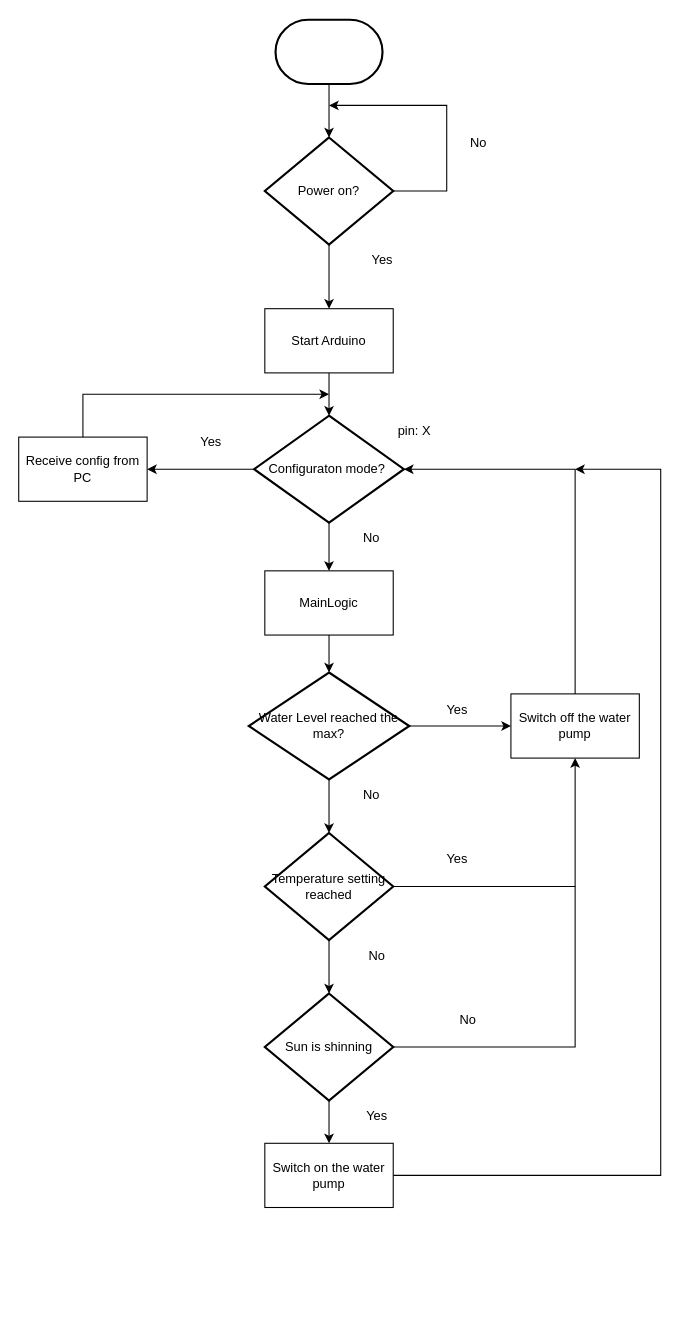
Before: LogicFlow.drawio in csipapicsa/Water-Pool-Heater, a draw.io diagram. Source tidied: cells renumbered, new cells numbered last; positions are measured from the earlier drawing's top-left corner, leaving out a move shared by most shapes. Both pictures are drawn from the tidied source at 107%, with x=0, y=0 at pixel (18, 19).
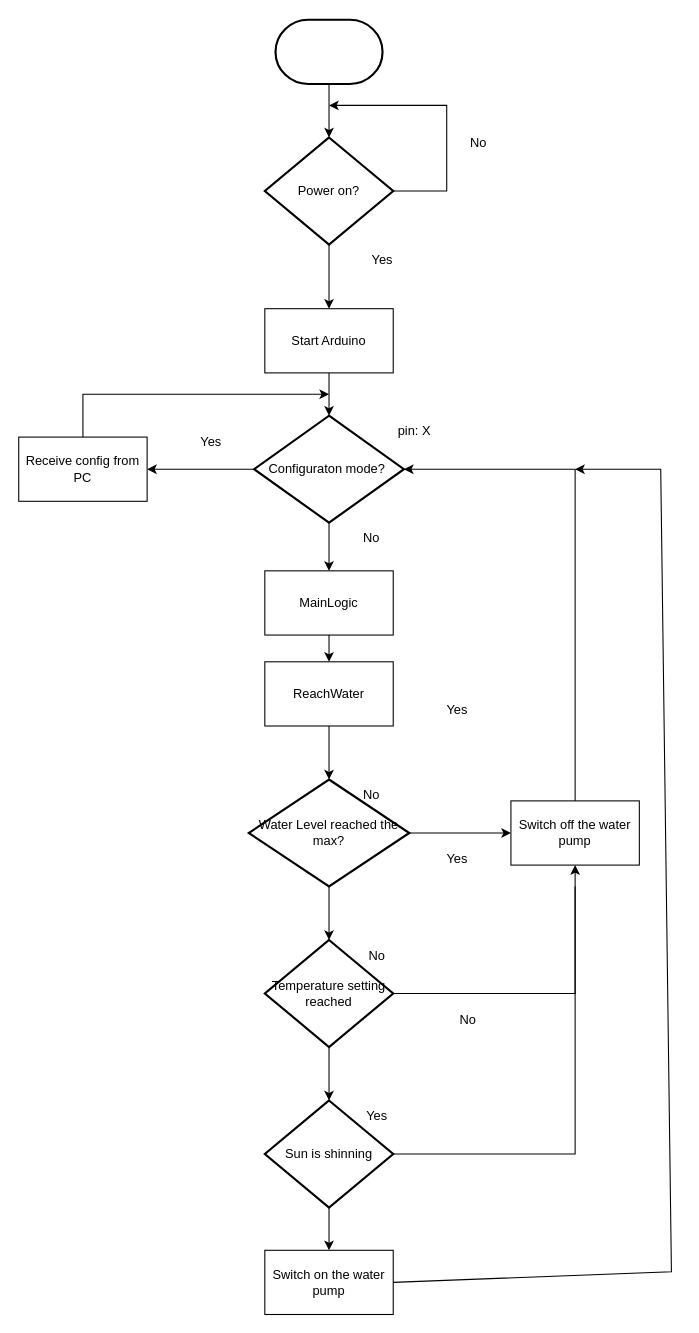
Above is the later version.

The change refers to these unchanged cells:
```xml
<mxCell id="14" value="MainLogic" style="rounded=0;whiteSpace=wrap;html=1;" parent="1" vertex="1">
  <mxGeometry x="230" y="515" width="120" height="60" as="geometry" />
</mxCell>
```

The edit, as a diff of the source:
```diff
@@
     <mxCell id="16" value="Water Level reached the max?" style="strokeWidth=2;html=1;shape=mxgraph.flowchart.decision;whiteSpace=wrap;" parent="1" vertex="1">
-      <mxGeometry x="215" y="610" width="150" height="100" as="geometry" />
+      <mxGeometry x="215" y="710" width="150" height="100" as="geometry" />
     </mxCell>
-    <mxCell id="17" style="endArrow=classic;html=1;rounded=0;exitX=0.5;exitY=1;exitDx=0;exitDy=0;entryX=0.5;entryY=0;entryDx=0;entryDy=0;entryPerimeter=0;" parent="1" edge="1" source="14" target="16">
+    <mxCell id="17" style="endArrow=classic;html=1;rounded=0;exitX=0.5;exitY=1;exitDx=0;exitDy=0;entryX=0.5;entryY=0;entryDx=0;entryDy=0;" parent="1" edge="1" source="14" target="40">
       <mxGeometry relative="1" as="geometry" />
     </mxCell>
@@
     <mxCell id="22" value="Temperature setting reached" style="strokeWidth=2;html=1;shape=mxgraph.flowchart.decision;whiteSpace=wrap;" parent="1" vertex="1">
-      <mxGeometry x="230" y="760" width="120" height="100" as="geometry" />
+      <mxGeometry x="230" y="860" width="120" height="100" as="geometry" />
     </mxCell>
@@
     <mxCell id="25" style="endArrow=classic;html=1;rounded=0;exitX=1;exitY=0.5;exitDx=0;exitDy=0;exitPerimeter=0;entryX=0.5;entryY=1;entryDx=0;entryDy=0;" parent="1" edge="1" source="22" target="30">
       <mxGeometry relative="1" as="geometry">
         <Array as="points">
-          <mxPoint x="520" y="810" />
+          <mxPoint x="520" y="910" />
         </Array>
       </mxGeometry>
     </mxCell>
@@
     <mxCell id="27" value="Sun is shinning" style="strokeWidth=2;html=1;shape=mxgraph.flowchart.decision;whiteSpace=wrap;" parent="1" vertex="1">
-      <mxGeometry x="230" y="910" width="120" height="100" as="geometry" />
+      <mxGeometry x="230" y="1010" width="120" height="100" as="geometry" />
     </mxCell>
     <mxCell id="28" style="endArrow=none;html=1;rounded=0;exitX=1;exitY=0.5;exitDx=0;exitDy=0;exitPerimeter=0;" parent="1" edge="1" source="27">
       <mxGeometry relative="1" as="geometry">
         <mxPoint x="520" y="810" as="targetPoint" />
         <Array as="points">
-          <mxPoint x="520" y="960" />
+          <mxPoint x="520" y="1060" />
         </Array>
       </mxGeometry>
     </mxCell>
@@
     <mxCell id="30" value="Switch off the water pump" style="rounded=0;whiteSpace=wrap;html=1;" parent="1" vertex="1">
-      <mxGeometry x="460" y="630" width="120" height="60" as="geometry" />
+      <mxGeometry x="460" y="730" width="120" height="60" as="geometry" />
     </mxCell>
@@
-    <mxCell id="32" style="endArrow=classic;html=1;rounded=0;exitX=0.5;exitY=1;exitDx=0;exitDy=0;exitPerimeter=0;" parent="1" edge="1" source="27">
-      <mxGeometry relative="1" as="geometry">
-        <mxPoint x="290" y="1050" as="targetPoint" />
-      </mxGeometry>
+    <mxCell id="32" style="endArrow=classic;html=1;rounded=0;exitX=0.5;exitY=1;exitDx=0;exitDy=0;exitPerimeter=0;entryX=0.5;entryY=0;entryDx=0;entryDy=0;" parent="1" edge="1" source="27" target="34">
+      <mxGeometry relative="1" as="geometry" />
     </mxCell>
@@
     <mxCell id="34" value="Switch on the water pump" style="rounded=0;whiteSpace=wrap;html=1;" parent="1" vertex="1">
-      <mxGeometry x="230" y="1050" width="120" height="60" as="geometry" />
+      <mxGeometry x="230" y="1150" width="120" height="60" as="geometry" />
     </mxCell>
     <mxCell id="35" style="endArrow=classic;html=1;rounded=0;exitX=1;exitY=0.5;exitDx=0;exitDy=0;" parent="1" edge="1" source="34">
       <mxGeometry relative="1" as="geometry">
         <mxPoint x="520" y="420" as="targetPoint" />
         <Array as="points">
-          <mxPoint x="600" y="1080" />
+          <mxPoint x="610" y="1170" />
           <mxPoint x="600" y="420" />
         </Array>
       </mxGeometry>
     </mxCell>
@@
+    <mxCell id="40" value="ReachWater" style="rounded=0;whiteSpace=wrap;html=1;" parent="1" vertex="1">
+      <mxGeometry x="230" y="600" width="120" height="60" as="geometry" />
+    </mxCell>
+    <mxCell id="41" style="endArrow=classic;html=1;rounded=0;exitX=0.5;exitY=1;exitDx=0;exitDy=0;entryX=0.5;entryY=0;entryDx=0;entryDy=0;entryPerimeter=0;" parent="1" edge="1" source="40" target="16">
+      <mxGeometry relative="1" as="geometry" />
+    </mxCell>
```
